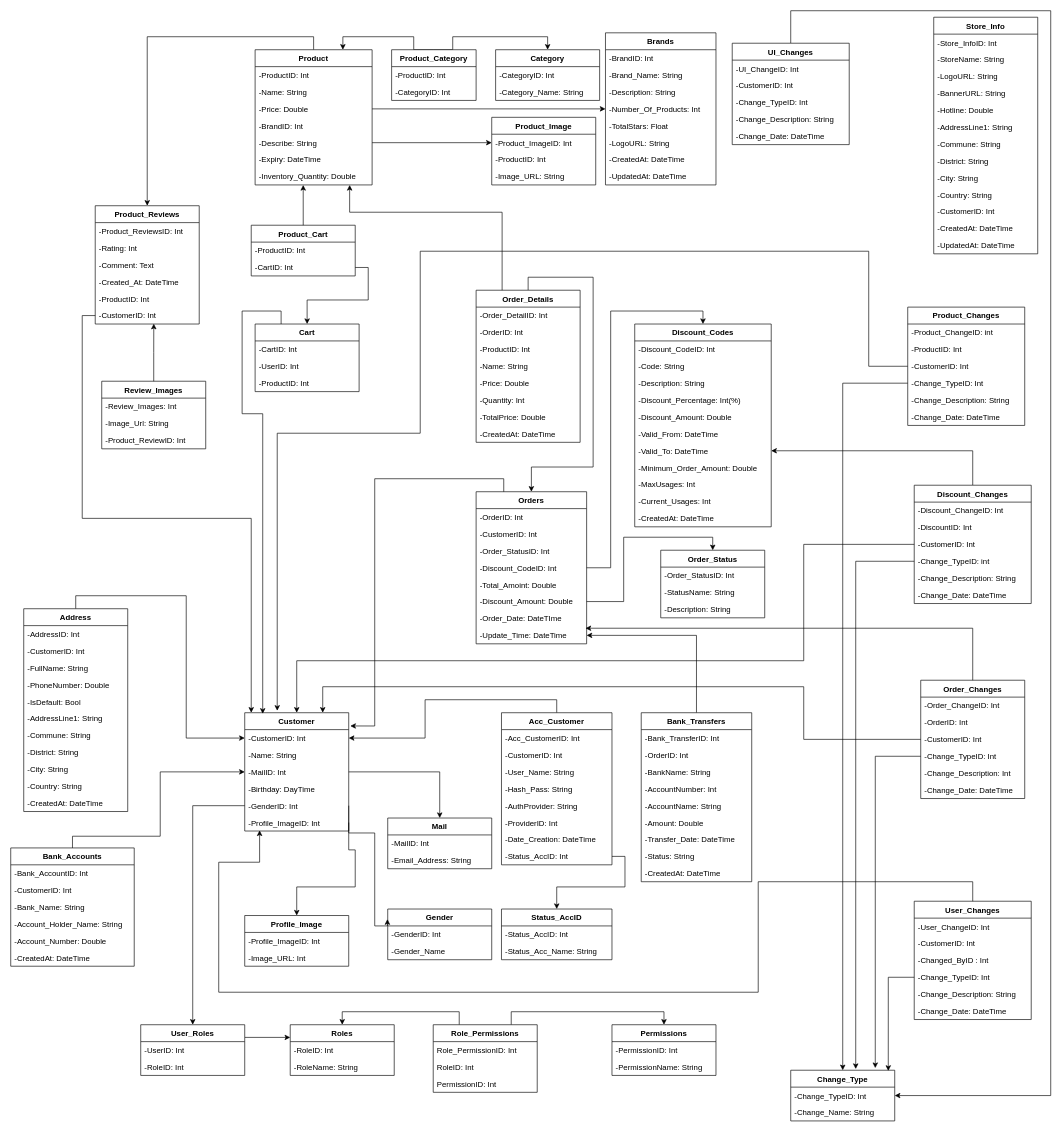
Before: DataBaseShop.drawio in Minh22052003/supermarket, a draw.io diagram. Source tidied: cells renumbered, new cells numbered last; positions are measured from the earlier drawing's top-left corner, leaving out a move shared by most shapes. Both pictures are drawn from the tidied source at 65%, with x=0, y=0 at pixel (10, 10).
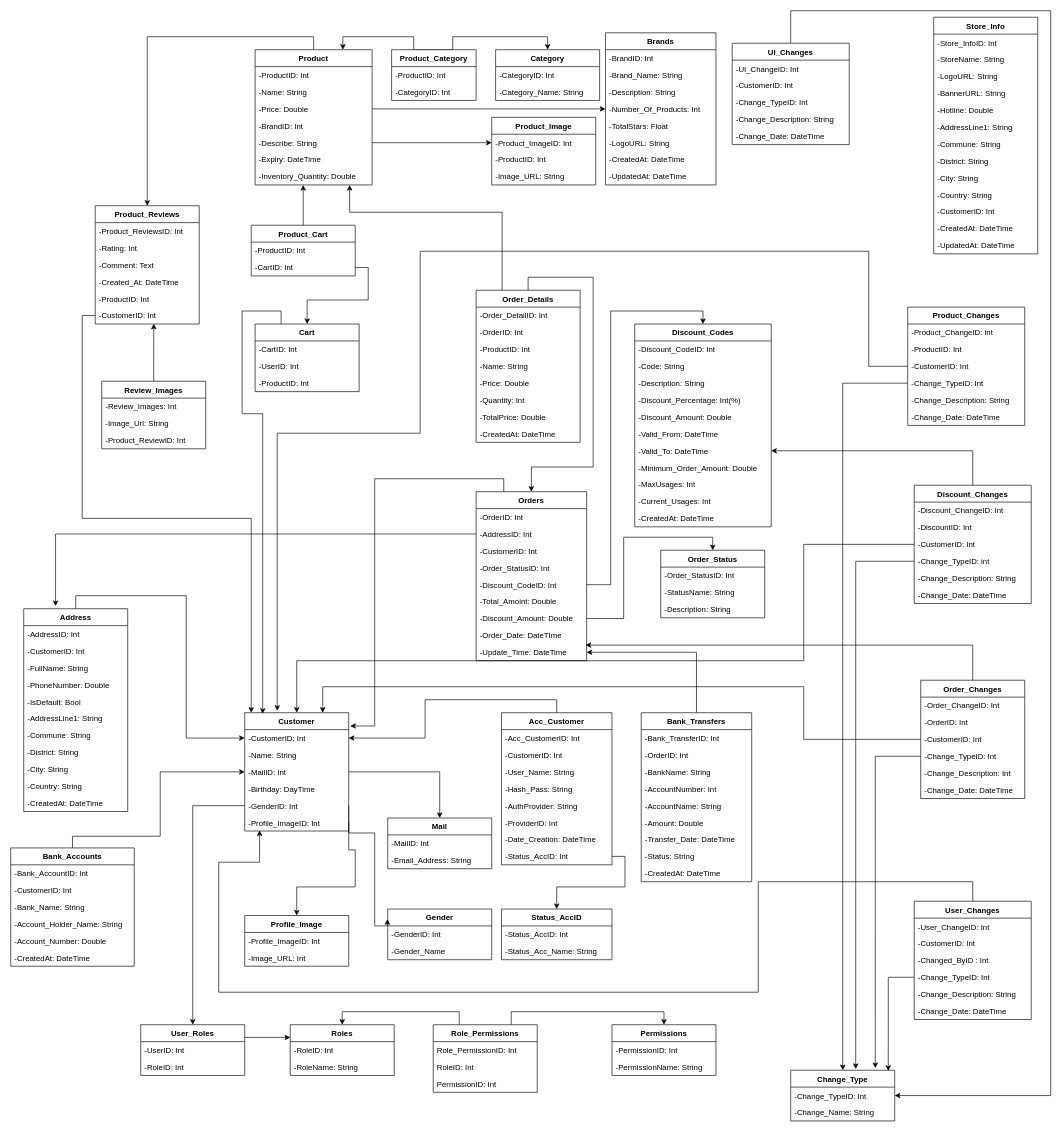
After the change.

The change refers to these unchanged cells:
```xml
<mxCell id="64" value="Address" style="swimlane;fontStyle=1;horizontal=1;startSize=26;" parent="1" vertex="1">
  <mxGeometry x="20" y="920" width="160" height="312" as="geometry" />
</mxCell>
```

Diff of the diagram source:
```diff
@@
     <mxCell id="93" value="Orders" style="swimlane;fontStyle=1;horizontal=1;startSize=26;" parent="1" vertex="1">
-      <mxGeometry x="716" y="740" width="170" height="234" as="geometry" />
+      <mxGeometry x="716" y="740" width="170" height="260" as="geometry" />
     </mxCell>
@@
+    <mxCell id="240" value="-AddressID: Int" style="text;strokeColor=none;fillColor=none;align=left;verticalAlign=top;spacingLeft=4;spacingRight=4;overflow=hidden;points=[[0,0.5],[1,0.5]];portConstraint=eastwest;" parent="93" vertex="1">
+      <mxGeometry y="52" width="170" height="26" as="geometry" />
+    </mxCell>
     <mxCell id="95" value="-CustomerID: Int" style="text;strokeColor=none;fillColor=none;align=left;verticalAlign=top;spacingLeft=4;spacingRight=4;overflow=hidden;" parent="93" vertex="1">
-      <mxGeometry y="52" width="170" height="26" as="geometry" />
+      <mxGeometry y="78" width="170" height="26" as="geometry" />
     </mxCell>
     <mxCell id="96" value="-Order_StatusID: Int" style="text;strokeColor=none;fillColor=none;align=left;verticalAlign=top;spacingLeft=4;spacingRight=4;overflow=hidden;" parent="93" vertex="1">
-      <mxGeometry y="78" width="170" height="26" as="geometry" />
+      <mxGeometry y="104" width="170" height="26" as="geometry" />
     </mxCell>
     <mxCell id="97" value="-Discount_CodeID: Int" style="text;strokeColor=none;fillColor=none;align=left;verticalAlign=top;spacingLeft=4;spacingRight=4;overflow=hidden;points=[[0,0.5],[1,0.5]];portConstraint=eastwest;" parent="93" vertex="1">
-      <mxGeometry y="104" width="170" height="26" as="geometry" />
+      <mxGeometry y="130" width="170" height="26" as="geometry" />
     </mxCell>
     <mxCell id="98" value="-Total_Amoint: Double" style="text;strokeColor=none;fillColor=none;align=left;verticalAlign=top;spacingLeft=4;spacingRight=4;overflow=hidden;" parent="93" vertex="1">
-      <mxGeometry y="130" width="170" height="26" as="geometry" />
+      <mxGeometry y="156" width="170" height="26" as="geometry" />
     </mxCell>
     <mxCell id="99" value="-Discount_Amount: Double" style="text;strokeColor=none;fillColor=none;align=left;verticalAlign=top;spacingLeft=4;spacingRight=4;overflow=hidden;points=[[0,0.5],[1,0.5]];portConstraint=eastwest;" parent="93" vertex="1">
-      <mxGeometry y="156" width="170" height="26" as="geometry" />
+      <mxGeometry y="182" width="170" height="26" as="geometry" />
     </mxCell>
     <mxCell id="100" value="-Order_Date: DateTIme" style="text;strokeColor=none;fillColor=none;align=left;verticalAlign=top;spacingLeft=4;spacingRight=4;overflow=hidden;" parent="93" vertex="1">
-      <mxGeometry y="182" width="170" height="26" as="geometry" />
+      <mxGeometry y="208" width="170" height="26" as="geometry" />
     </mxCell>
     <mxCell id="101" value="-Update_Time: DateTime" style="text;strokeColor=none;fillColor=none;align=left;verticalAlign=top;spacingLeft=4;spacingRight=4;overflow=hidden;points=[[0,0.5],[1,0.5]];portConstraint=eastwest;" parent="93" vertex="1">
-      <mxGeometry y="208" width="170" height="26" as="geometry" />
+      <mxGeometry y="234" width="170" height="26" as="geometry" />
     </mxCell>
@@
+    <mxCell id="241" style="edgeStyle=orthogonalEdgeStyle;rounded=0;jettySize=auto;html=1;exitX=0;exitY=0.5;exitDx=0;exitDy=0;entryX=0.306;entryY=-0.013;entryDx=0;entryDy=0;entryPerimeter=0;" parent="1" edge="1" source="240" target="64">
+      <mxGeometry relative="1" as="geometry" />
+    </mxCell>
```
